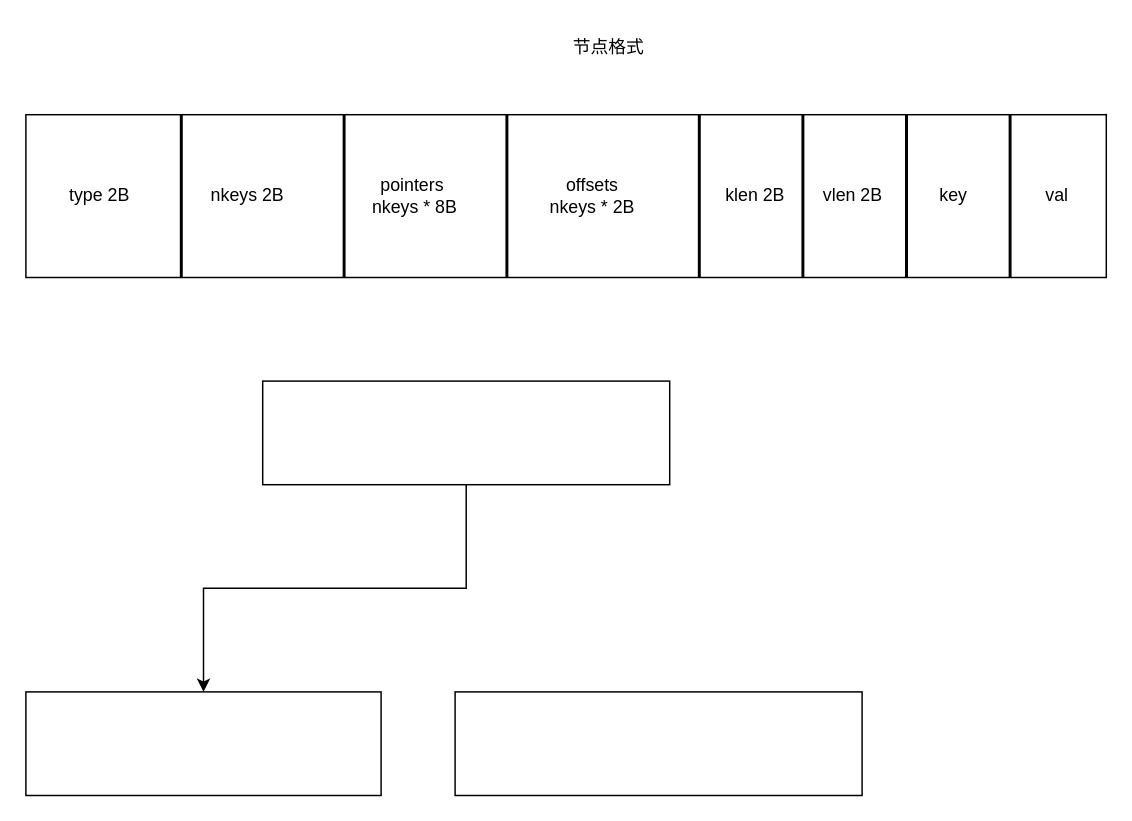
This is whiteboard/b-tree.drawio from laterbuy/blogTalk, a draw.io file, before an edit. Source tidied: cells renumbered, new cells numbered last; positions are measured from the earlier drawing's top-left corner, leaving out a move shared by most shapes. Both pictures are drawn from the tidied source at 148%, with x=0, y=0 at pixel (25, 25).
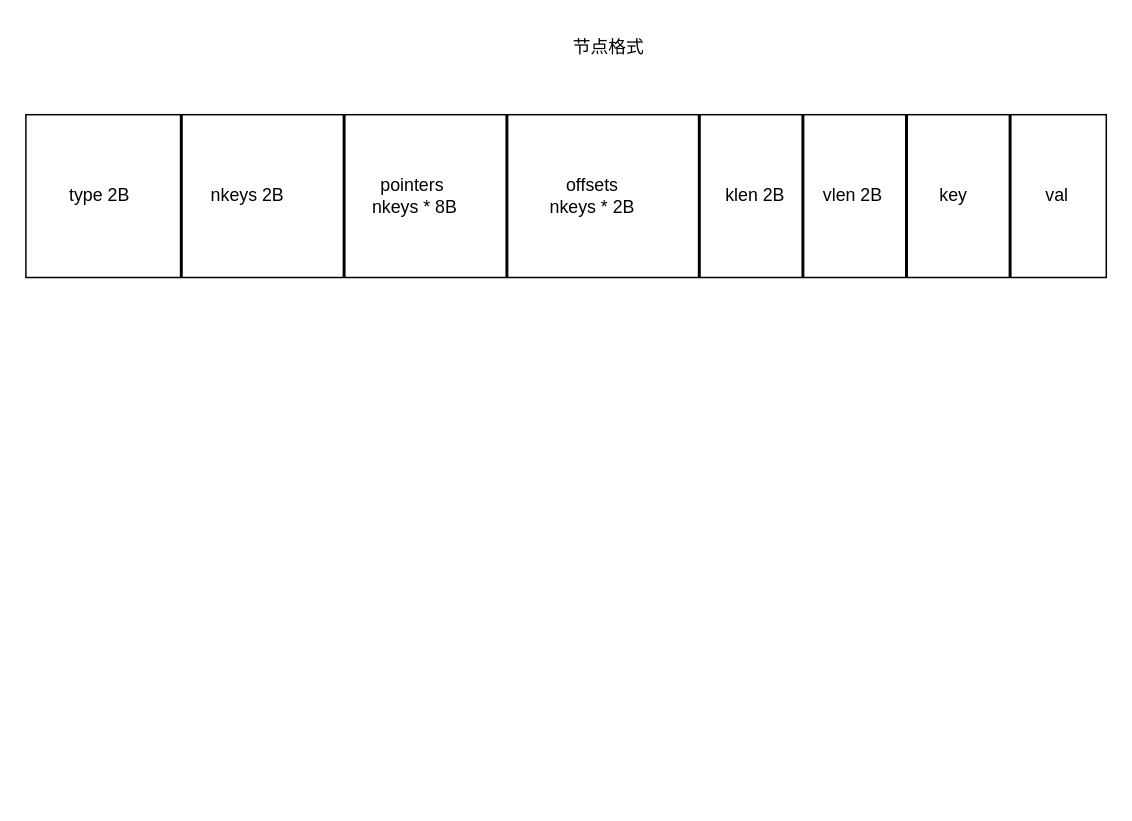
Above is the later version.

The edit, as a diff of the source:
```diff
@@
-    <mxCell id="19" style="edgeStyle=orthogonalEdgeStyle;rounded=0;jettySize=auto;html=1;" parent="1" edge="1" source="20" target="21">
-      <mxGeometry relative="1" as="geometry" />
-    </mxCell>
-    <mxCell id="20" style="rounded=0;whiteSpace=wrap;html=1;" parent="1" vertex="1">
-      <mxGeometry x="160" y="240" width="275" height="70" as="geometry" />
-    </mxCell>
-    <mxCell id="21" style="rounded=0;whiteSpace=wrap;html=1;" parent="1" vertex="1">
-      <mxGeometry y="450" width="240" height="70" as="geometry" />
-    </mxCell>
-    <mxCell id="22" style="rounded=0;whiteSpace=wrap;html=1;" parent="1" vertex="1">
-      <mxGeometry x="290" y="450" width="275" height="70" as="geometry" />
-    </mxCell>
```
